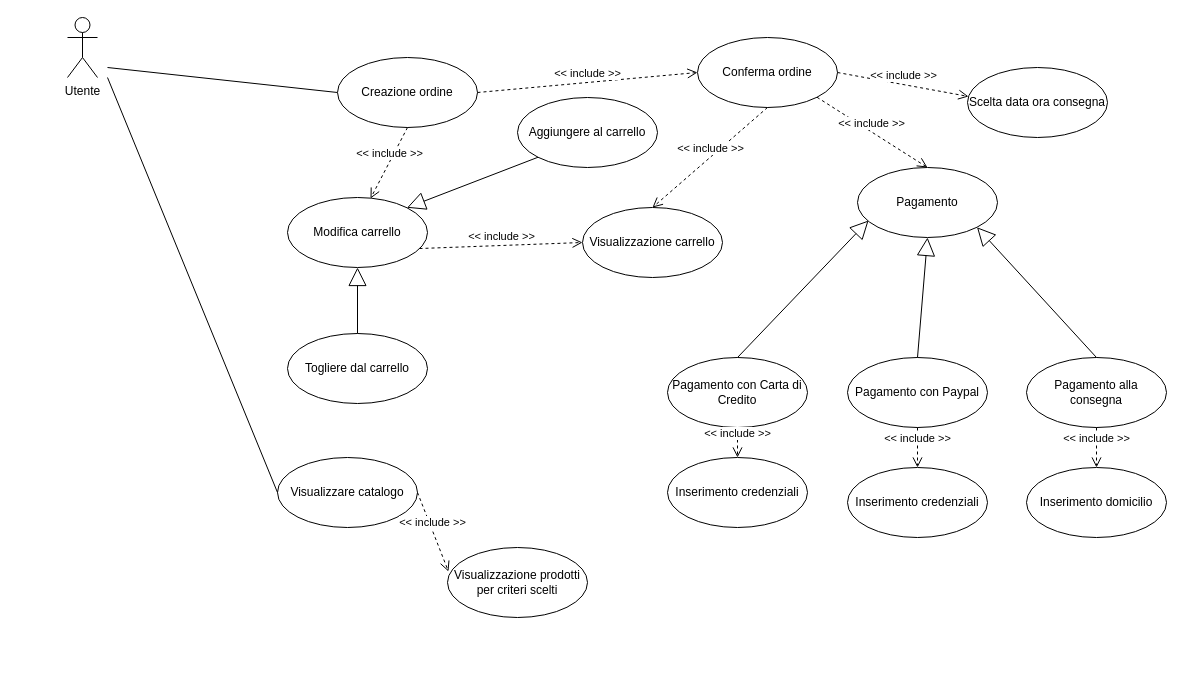
Above: docs/UseCaseUtenteGestioneCarrello.drawio in LorenzoMioso/ProgettoIngegneriaDelSoftware (draw.io), before the change. Source tidied: cells renumbered, new cells numbered last; positions are measured from the earlier drawing's top-left corner, leaving out a move shared by most shapes. Both pictures are drawn from the tidied source at 100%, with x=0, y=0 at pixel (67, 17).
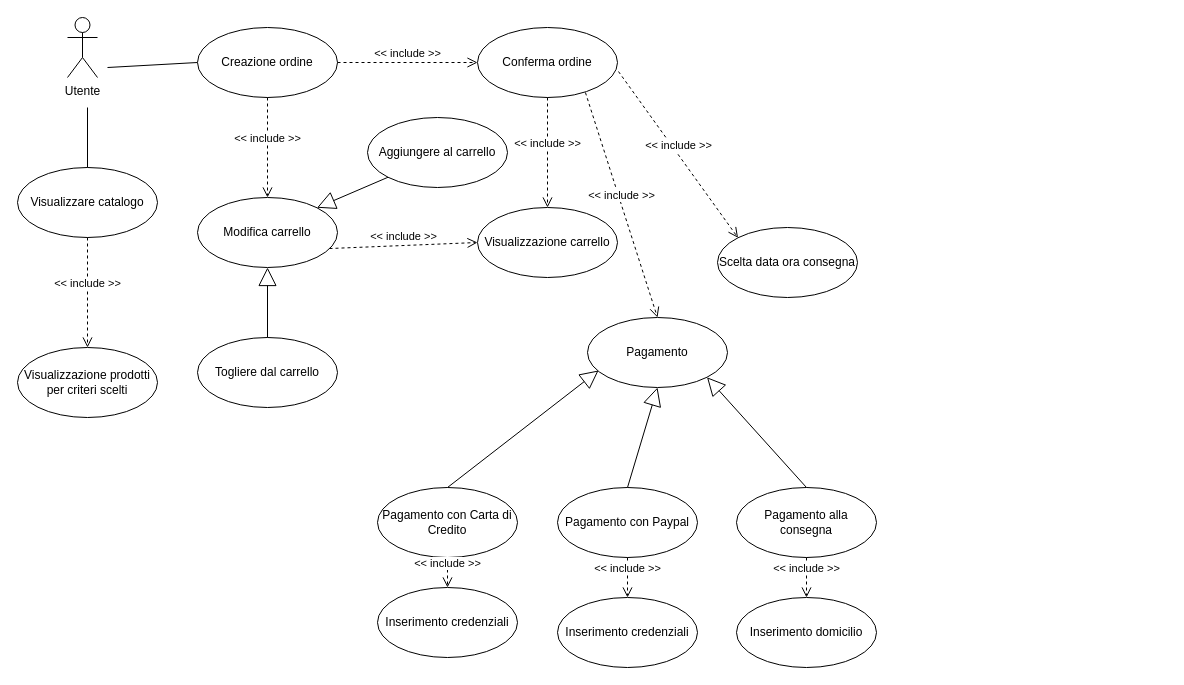
The same diagram, later.

Diff of the diagram source:
```diff
@@
     <mxCell id="3" value="Modifica carrello" style="ellipse;whiteSpace=wrap;html=1;" parent="1" vertex="1">
-      <mxGeometry x="220" y="180" width="140" height="70" as="geometry" />
+      <mxGeometry x="130" y="180" width="140" height="70" as="geometry" />
     </mxCell>
@@
     <mxCell id="5" value="Visualizzare catalogo" style="ellipse;whiteSpace=wrap;html=1;" parent="1" vertex="1">
-      <mxGeometry x="210" y="440" width="140" height="70" as="geometry" />
+      <mxGeometry x="-50" y="150" width="140" height="70" as="geometry" />
     </mxCell>
     <mxCell id="6" value="Visualizzazione carrello" style="ellipse;whiteSpace=wrap;html=1;" parent="1" vertex="1">
-      <mxGeometry x="515" y="190" width="140" height="70" as="geometry" />
+      <mxGeometry x="410" y="190" width="140" height="70" as="geometry" />
     </mxCell>
@@
     <mxCell id="8" value="Visualizzazione prodotti per criteri scelti" style="ellipse;whiteSpace=wrap;html=1;" parent="1" vertex="1">
-      <mxGeometry x="380" y="530" width="140" height="70" as="geometry" />
+      <mxGeometry x="-50" y="330" width="140" height="70" as="geometry" />
     </mxCell>
-    <mxCell id="9" value="&amp;lt;&amp;lt; include &amp;gt;&amp;gt;" style="html=1;verticalAlign=bottom;endArrow=open;dashed=1;endSize=8;exitX=1;exitY=0.5;exitDx=0;exitDy=0;entryX=0.007;entryY=0.343;entryDx=0;entryDy=0;entryPerimeter=0;" parent="1" edge="1" source="5" target="8">
+    <mxCell id="9" value="&amp;lt;&amp;lt; include &amp;gt;&amp;gt;" style="html=1;verticalAlign=bottom;endArrow=open;dashed=1;endSize=8;exitX=0.5;exitY=1;exitDx=0;exitDy=0;entryX=0.5;entryY=0;entryDx=0;entryDy=0;" parent="1" edge="1" source="5" target="8">
       <mxGeometry relative="1" as="geometry" />
     </mxCell>
-    <mxCell id="10" style="endArrow=none;html=1;entryX=0;entryY=0.5;entryDx=0;entryDy=0;" parent="1" edge="1" target="5">
+    <mxCell id="10" style="endArrow=none;html=1;entryX=0.5;entryY=0;entryDx=0;entryDy=0;" parent="1" edge="1" target="5">
       <mxGeometry relative="1" as="geometry">
-        <mxPoint x="40" y="60" as="sourcePoint" />
+        <mxPoint x="20" y="90" as="sourcePoint" />
       </mxGeometry>
     </mxCell>
     <mxCell id="11" value="Scelta data ora consegna" style="ellipse;whiteSpace=wrap;html=1;" parent="1" vertex="1">
-      <mxGeometry x="900" y="50" width="140" height="70" as="geometry" />
+      <mxGeometry x="650" y="210" width="140" height="70" as="geometry" />
     </mxCell>
     <mxCell id="12" value="Aggiungere al carrello" style="ellipse;whiteSpace=wrap;html=1;" parent="1" vertex="1">
-      <mxGeometry x="450" y="80" width="140" height="70" as="geometry" />
+      <mxGeometry x="300" y="100" width="140" height="70" as="geometry" />
     </mxCell>
@@
     <mxCell id="14" value="Togliere dal carrello" style="ellipse;whiteSpace=wrap;html=1;" parent="1" vertex="1">
-      <mxGeometry x="220" y="316" width="140" height="70" as="geometry" />
+      <mxGeometry x="130" y="320" width="140" height="70" as="geometry" />
     </mxCell>
@@
     <mxCell id="16" value="Conferma ordine" style="ellipse;whiteSpace=wrap;html=1;" parent="1" vertex="1">
-      <mxGeometry x="630" y="20" width="140" height="70" as="geometry" />
+      <mxGeometry x="410" y="10" width="140" height="70" as="geometry" />
     </mxCell>
     <mxCell id="17" value="Creazione ordine" style="ellipse;whiteSpace=wrap;html=1;" parent="1" vertex="1">
-      <mxGeometry x="270" y="40" width="140" height="70" as="geometry" />
+      <mxGeometry x="130" y="10" width="140" height="70" as="geometry" />
     </mxCell>
@@
-    <mxCell id="19" value="&amp;lt;&amp;lt; include &amp;gt;&amp;gt;" style="html=1;verticalAlign=bottom;endArrow=open;dashed=1;endSize=8;entryX=0.593;entryY=0.014;entryDx=0;entryDy=0;exitX=0.5;exitY=1;exitDx=0;exitDy=0;entryPerimeter=0;" parent="1" edge="1" source="17" target="3">
+    <mxCell id="19" value="&amp;lt;&amp;lt; include &amp;gt;&amp;gt;" style="html=1;verticalAlign=bottom;endArrow=open;dashed=1;endSize=8;entryX=0.5;entryY=0;entryDx=0;entryDy=0;exitX=0.5;exitY=1;exitDx=0;exitDy=0;" parent="1" edge="1" source="17" target="3">
       <mxGeometry relative="1" as="geometry" />
     </mxCell>
@@
     <mxCell id="21" value="Pagamento" style="ellipse;whiteSpace=wrap;html=1;" parent="1" vertex="1">
-      <mxGeometry x="790" y="150" width="140" height="70" as="geometry" />
+      <mxGeometry x="520" y="300" width="140" height="70" as="geometry" />
     </mxCell>
-    <mxCell id="22" value="&amp;lt;&amp;lt; include &amp;gt;&amp;gt;" style="html=1;verticalAlign=bottom;endArrow=open;dashed=1;endSize=8;entryX=0.5;entryY=0;entryDx=0;entryDy=0;exitX=1;exitY=1;exitDx=0;exitDy=0;" parent="1" edge="1" source="16" target="21">
+    <mxCell id="22" value="&amp;lt;&amp;lt; include &amp;gt;&amp;gt;" style="html=1;verticalAlign=bottom;endArrow=open;dashed=1;endSize=8;entryX=0.5;entryY=0;entryDx=0;entryDy=0;exitX=0.771;exitY=0.929;exitDx=0;exitDy=0;exitPerimeter=0;" parent="1" edge="1" source="16" target="21">
       <mxGeometry relative="1" as="geometry" />
     </mxCell>
     <mxCell id="23" value="Pagamento con Carta di Credito" style="ellipse;whiteSpace=wrap;html=1;" parent="1" vertex="1">
-      <mxGeometry x="600" y="340" width="140" height="70" as="geometry" />
+      <mxGeometry x="310" y="470" width="140" height="70" as="geometry" />
     </mxCell>
     <mxCell id="24" value="Pagamento con Paypal" style="ellipse;whiteSpace=wrap;html=1;" parent="1" vertex="1">
-      <mxGeometry x="780" y="340" width="140" height="70" as="geometry" />
+      <mxGeometry x="490" y="470" width="140" height="70" as="geometry" />
     </mxCell>
     <mxCell id="25" value="Pagamento alla consegna" style="ellipse;whiteSpace=wrap;html=1;" parent="1" vertex="1">
-      <mxGeometry x="959" y="340" width="140" height="70" as="geometry" />
+      <mxGeometry x="669" y="470" width="140" height="70" as="geometry" />
     </mxCell>
@@
     <mxCell id="29" value="Inserimento credenziali" style="ellipse;whiteSpace=wrap;html=1;" parent="1" vertex="1">
-      <mxGeometry x="600" y="440" width="140" height="70" as="geometry" />
+      <mxGeometry x="310" y="570" width="140" height="70" as="geometry" />
     </mxCell>
     <mxCell id="30" value="Inserimento credenziali" style="ellipse;whiteSpace=wrap;html=1;" parent="1" vertex="1">
-      <mxGeometry x="780" y="450" width="140" height="70" as="geometry" />
+      <mxGeometry x="490" y="580" width="140" height="70" as="geometry" />
     </mxCell>
     <mxCell id="31" value="Inserimento domicilio" style="ellipse;whiteSpace=wrap;html=1;" parent="1" vertex="1">
-      <mxGeometry x="959" y="450" width="140" height="70" as="geometry" />
+      <mxGeometry x="669" y="580" width="140" height="70" as="geometry" />
     </mxCell>
@@
-    <mxCell id="35" value="&amp;lt;&amp;lt; include &amp;gt;&amp;gt;" style="html=1;verticalAlign=bottom;endArrow=open;dashed=1;endSize=8;entryX=0.007;entryY=0.414;entryDx=0;entryDy=0;exitX=1;exitY=0.5;exitDx=0;exitDy=0;entryPerimeter=0;" parent="1" edge="1" source="16" target="11">
+    <mxCell id="35" value="&amp;lt;&amp;lt; include &amp;gt;&amp;gt;" style="html=1;verticalAlign=bottom;endArrow=open;dashed=1;endSize=8;entryX=0;entryY=0;entryDx=0;entryDy=0;exitX=1.007;exitY=0.629;exitDx=0;exitDy=0;exitPerimeter=0;" parent="1" edge="1" source="16" target="11">
       <mxGeometry relative="1" as="geometry" />
     </mxCell>
```
